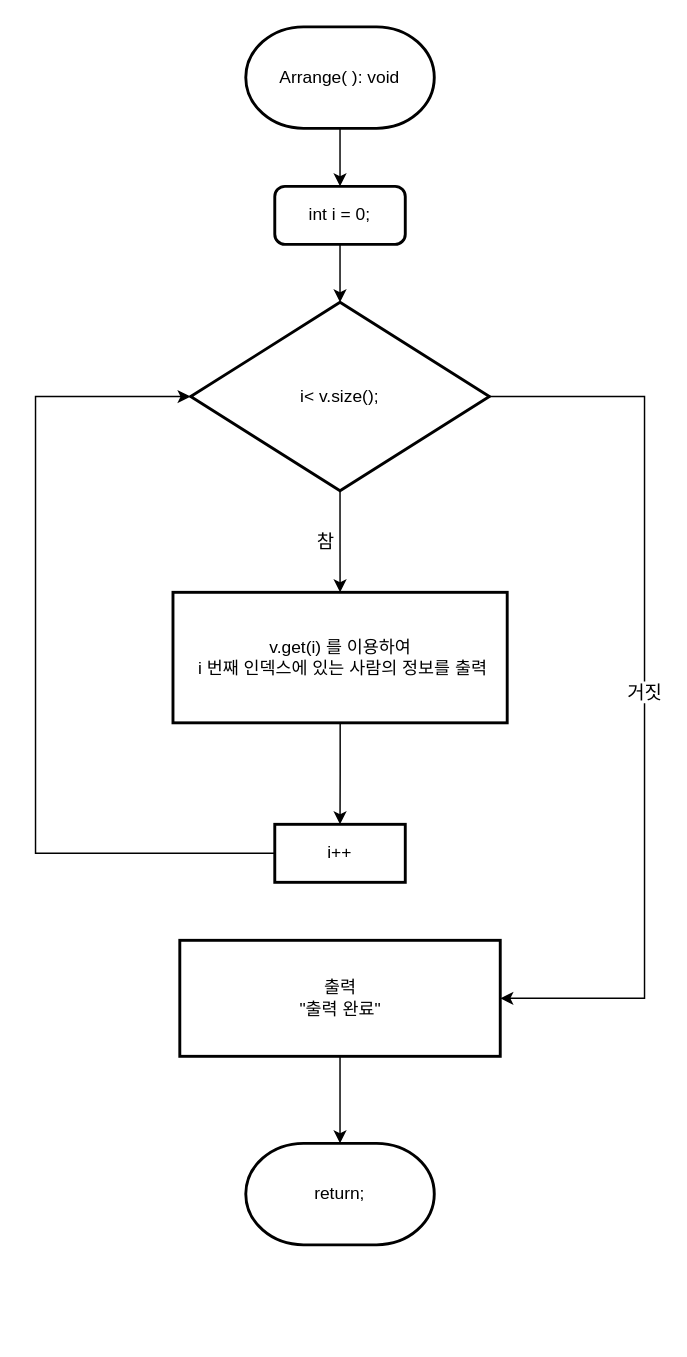
Before: 순서도/Arrange 순서도.drawio in skatld123/PH_list_java, a draw.io diagram. Source tidied: cells renumbered, new cells numbered last; positions are measured from the earlier drawing's top-left corner, leaving out a move shared by most shapes. Both pictures are drawn from the tidied source at 145%, with x=0, y=0 at pixel (35, 26).
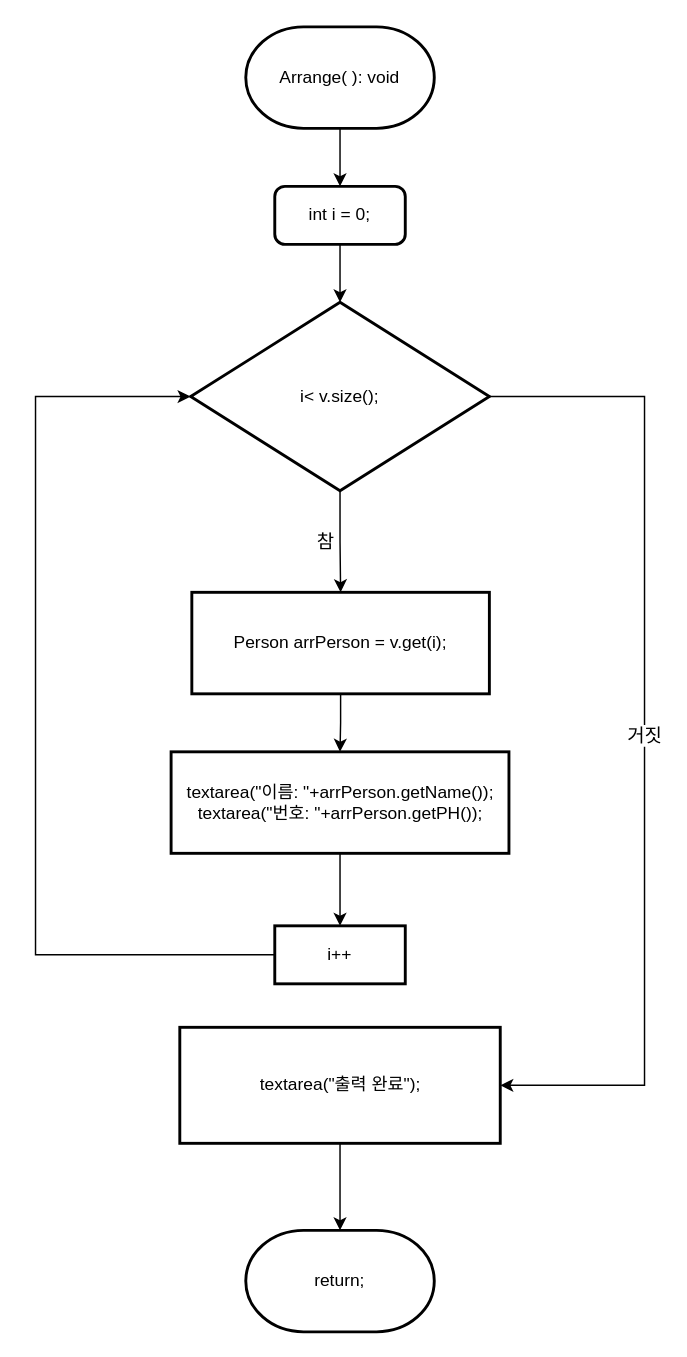
After the change.

Commit message:
Arrange 순서도.drawio 업데이트

Unchanged cells that the change refers to:
```xml
<mxCell id="11" value="i&amp;lt; v.size();" style="strokeWidth=2;html=1;shape=mxgraph.flowchart.decision;whiteSpace=wrap;" parent="1" vertex="1">
  <mxGeometry x="107" y="190" width="206" height="130" as="geometry" />
</mxCell>
```

What changed in the source:
```diff
@@
-    <mxCell id="2" style="edgeStyle=orthogonalEdgeStyle;rounded=0;jettySize=auto;html=1;entryX=0.5;entryY=0;entryDx=0;entryDy=0;" parent="1" edge="1" source="3" target="15">
-      <mxGeometry relative="1" as="geometry" />
-    </mxCell>
+    <mxCell id="16" style="edgeStyle=orthogonalEdgeStyle;rounded=0;jettySize=auto;html=1;entryX=0.5;entryY=0;entryDx=0;entryDy=0;" parent="1" edge="1" source="3" target="18">
+      <mxGeometry relative="1" as="geometry" />
+    </mxCell>
-    <mxCell id="3" value="v.get(i) 를 이용하여&lt;br&gt;&amp;nbsp;i 번째 인덱스에 있는 사람의 정보를 출력" style="rounded=1;whiteSpace=wrap;html=1;absoluteArcSize=1;arcSize=0;strokeWidth=2;" parent="1" vertex="1">
-      <mxGeometry x="94.8" y="390" width="230.5" height="90" as="geometry" />
+    <mxCell id="3" value="Person arrPerson = v.get(i);" style="rounded=1;whiteSpace=wrap;html=1;absoluteArcSize=1;arcSize=0;strokeWidth=2;" parent="1" vertex="1">
+      <mxGeometry x="107.8" y="390" width="205.2" height="70" as="geometry" />
     </mxCell>
@@
     <mxCell id="6" value="return;" style="strokeWidth=2;html=1;shape=mxgraph.flowchart.terminator;whiteSpace=wrap;" parent="1" vertex="1">
-      <mxGeometry x="145" y="770" width="130" height="70" as="geometry" />
+      <mxGeometry x="145" y="830" width="130" height="70" as="geometry" />
     </mxCell>
@@
-    <mxCell id="8" value="출력&lt;br&gt;&quot;출력 완료&quot;" style="rounded=1;whiteSpace=wrap;html=1;absoluteArcSize=1;arcSize=0;strokeWidth=2;" parent="1" vertex="1">
-      <mxGeometry x="99.5" y="630" width="221" height="80" as="geometry" />
+    <mxCell id="8" value="textarea(&quot;출력 완료&quot;);" style="rounded=1;whiteSpace=wrap;html=1;absoluteArcSize=1;arcSize=0;strokeWidth=2;" parent="1" vertex="1">
+      <mxGeometry x="99.5" y="690" width="221" height="80" as="geometry" />
     </mxCell>
@@
     <mxCell id="10" value="거짓" style="edgeStyle=orthogonalEdgeStyle;rounded=0;jettySize=auto;html=1;exitX=1;exitY=0.5;exitDx=0;exitDy=0;exitPerimeter=0;fontSize=13;entryX=1;entryY=0.5;entryDx=0;entryDy=0;" parent="1" edge="1" source="11" target="8">
       <mxGeometry relative="1" as="geometry">
         <Array as="points">
           <mxPoint x="420" y="255" />
-          <mxPoint x="420" y="670" />
+          <mxPoint x="420" y="730" />
         </Array>
       </mxGeometry>
     </mxCell>
@@
     <mxCell id="14" style="edgeStyle=orthogonalEdgeStyle;rounded=0;jettySize=auto;html=1;exitX=0;exitY=0.5;exitDx=0;exitDy=0;entryX=0;entryY=0.5;entryDx=0;entryDy=0;entryPerimeter=0;" parent="1" edge="1" source="15" target="11">
       <mxGeometry relative="1" as="geometry">
         <Array as="points">
-          <mxPoint y="570" />
+          <mxPoint y="640" />
           <mxPoint y="255" />
         </Array>
       </mxGeometry>
     </mxCell>
     <mxCell id="15" value="i++" style="rounded=1;whiteSpace=wrap;html=1;absoluteArcSize=1;arcSize=0;strokeWidth=2;" parent="1" vertex="1">
-      <mxGeometry x="165" y="550" width="90" height="40" as="geometry" />
+      <mxGeometry x="165" y="620" width="90" height="40" as="geometry" />
     </mxCell>
+    <mxCell id="17" style="edgeStyle=orthogonalEdgeStyle;rounded=0;jettySize=auto;html=1;entryX=0.5;entryY=0;entryDx=0;entryDy=0;" parent="1" edge="1" source="18" target="15">
+      <mxGeometry relative="1" as="geometry" />
+    </mxCell>
+    <mxCell id="18" value="textarea(&quot;이름: &quot;+arrPerson.getName());&lt;br&gt;textarea(&quot;번호: &quot;+arrPerson.getPH());" style="rounded=1;whiteSpace=wrap;html=1;absoluteArcSize=1;arcSize=0;strokeWidth=2;" parent="1" vertex="1">
+      <mxGeometry x="93.5" y="500" width="233" height="70" as="geometry" />
+    </mxCell>
```
